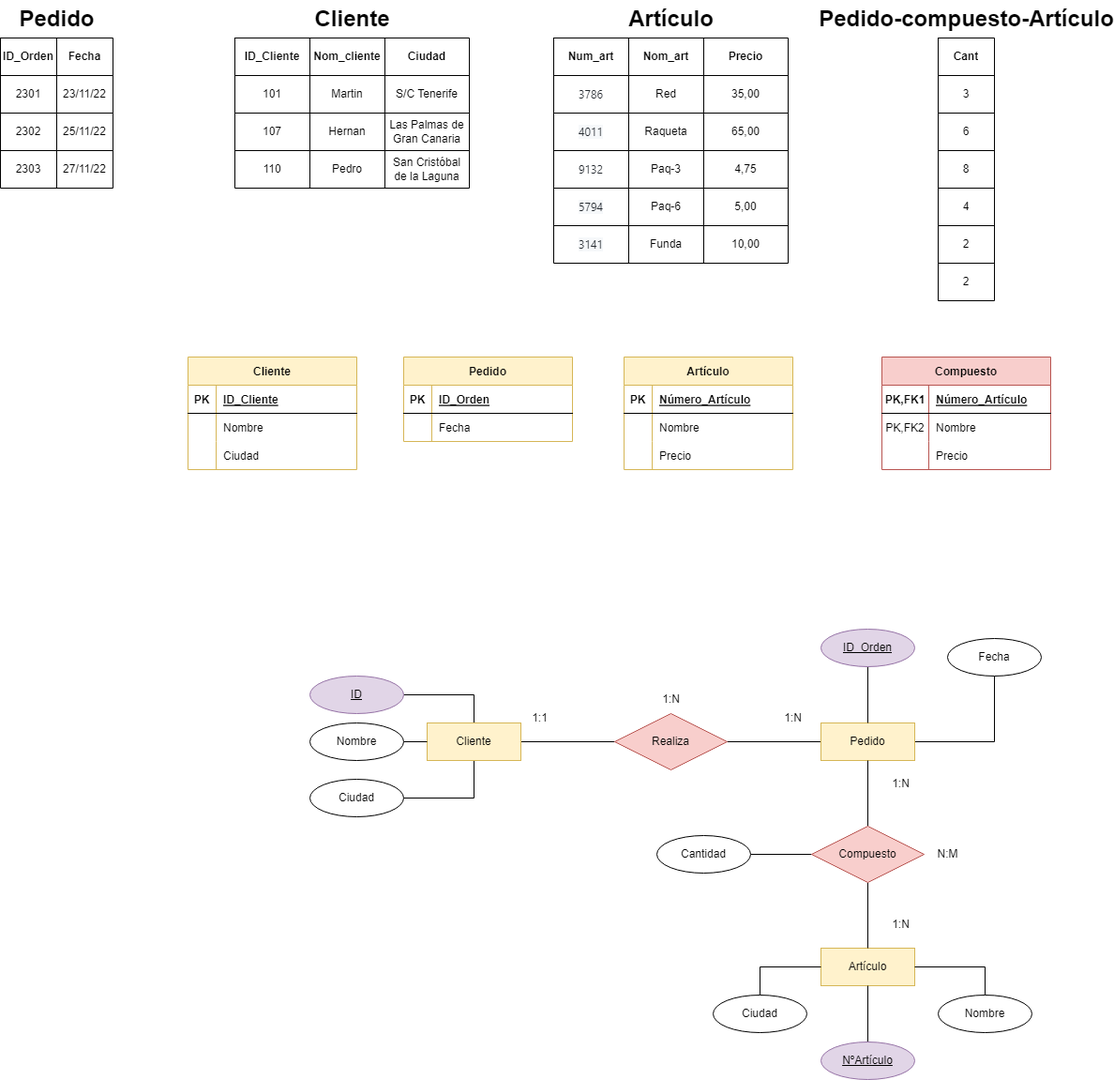
Above: TAREAS/Tarea16/IMG/Normalización5.drawio.png in samugd17/base-datos-bae- (draw.io), before the change. Source tidied: cells renumbered, new cells last; positions are measured from the earlier drawing's top-left corner, leaving out a move shared by most shapes.
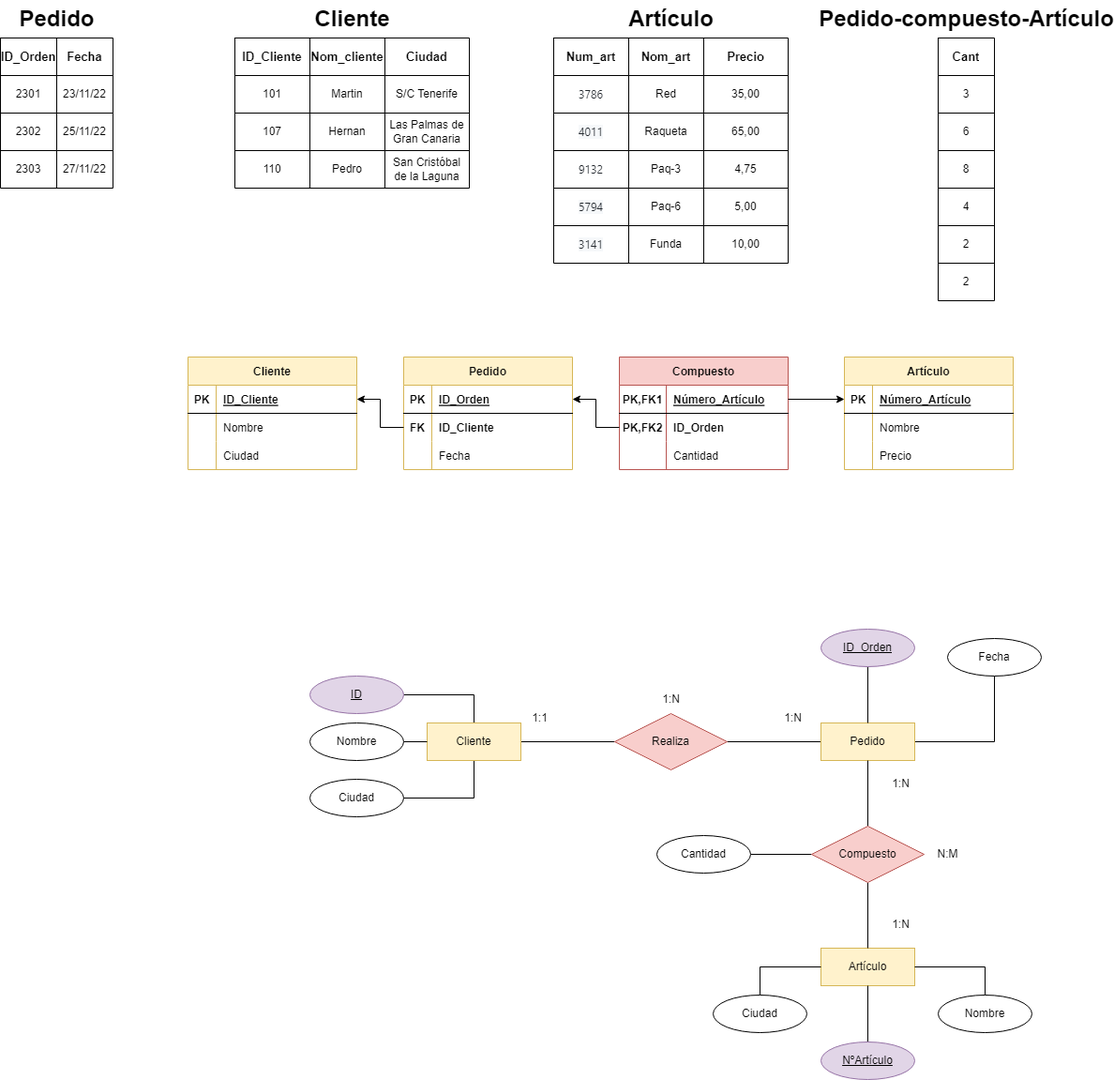
After the change.

The edit, as a diff of the source:
```diff
@@ -17,10 +17,10 @@
     <mxCell id="6" style="shape=tableRow;horizontal=0;startSize=0;swimlaneHead=0;swimlaneBody=0;top=0;left=0;bottom=0;right=0;fillColor=none;" parent="5" vertex="1">
       <mxGeometry width="120" height="40" as="geometry" />
     </mxCell>
-    <mxCell id="7" value="&lt;b&gt;ID_Orden&lt;/b&gt;" style="shape=partialRectangle;html=1;whiteSpace=wrap;fillColor=none;top=0;left=0;bottom=0;right=0;overflow=hidden;" parent="6" vertex="1">
+    <mxCell id="7" value="&lt;b&gt;&lt;font style=&quot;font-size: 13px;&quot;&gt;ID_Orden&lt;/font&gt;&lt;/b&gt;" style="shape=partialRectangle;html=1;whiteSpace=wrap;fillColor=none;top=0;left=0;bottom=0;right=0;overflow=hidden;" parent="6" vertex="1">
       <mxGeometry width="60" height="40" as="geometry" />
     </mxCell>
-    <mxCell id="8" value="&lt;b&gt;Fecha&lt;/b&gt;" style="shape=partialRectangle;html=1;whiteSpace=wrap;fillColor=none;top=0;left=0;bottom=0;right=0;overflow=hidden;" parent="6" vertex="1">
+    <mxCell id="8" value="&lt;b&gt;&lt;font style=&quot;font-size: 13px;&quot;&gt;Fecha&lt;/font&gt;&lt;/b&gt;" style="shape=partialRectangle;html=1;whiteSpace=wrap;fillColor=none;top=0;left=0;bottom=0;right=0;overflow=hidden;" parent="6" vertex="1">
       <mxGeometry x="60" width="60" height="40" as="geometry" />
     </mxCell>
     <mxCell id="9" style="shape=tableRow;horizontal=0;startSize=0;swimlaneHead=0;swimlaneBody=0;top=0;left=0;bottom=0;right=0;fillColor=none;" parent="5" vertex="1">
@@ -56,13 +56,13 @@
     <mxCell id="19" style="shape=tableRow;horizontal=0;startSize=0;swimlaneHead=0;swimlaneBody=0;top=0;left=0;bottom=0;right=0;fillColor=none;" parent="18" vertex="1">
       <mxGeometry width="250" height="40" as="geometry" />
     </mxCell>
-    <mxCell id="20" value="&lt;b&gt;ID_Cliente&lt;/b&gt;" style="shape=partialRectangle;html=1;whiteSpace=wrap;fillColor=none;top=0;left=0;bottom=0;right=0;overflow=hidden;" parent="19" vertex="1">
+    <mxCell id="20" value="&lt;b&gt;&lt;font style=&quot;font-size: 13px;&quot;&gt;ID_Cliente&lt;/font&gt;&lt;/b&gt;" style="shape=partialRectangle;html=1;whiteSpace=wrap;fillColor=none;top=0;left=0;bottom=0;right=0;overflow=hidden;" parent="19" vertex="1">
       <mxGeometry width="80" height="40" as="geometry" />
     </mxCell>
-    <mxCell id="21" value="&lt;b&gt;Nom_cliente&lt;/b&gt;" style="shape=partialRectangle;html=1;whiteSpace=wrap;fillColor=none;top=0;left=0;bottom=0;right=0;overflow=hidden;" parent="19" vertex="1">
+    <mxCell id="21" value="&lt;b&gt;&lt;font style=&quot;font-size: 13px;&quot;&gt;Nom_cliente&lt;/font&gt;&lt;/b&gt;" style="shape=partialRectangle;html=1;whiteSpace=wrap;fillColor=none;top=0;left=0;bottom=0;right=0;overflow=hidden;" parent="19" vertex="1">
       <mxGeometry x="80" width="80" height="40" as="geometry" />
     </mxCell>
-    <mxCell id="22" value="&lt;b&gt;Ciudad&lt;/b&gt;" style="shape=partialRectangle;html=1;whiteSpace=wrap;fillColor=none;top=0;left=0;bottom=0;right=0;overflow=hidden;" parent="19" vertex="1">
+    <mxCell id="22" value="&lt;b&gt;&lt;font style=&quot;font-size: 13px;&quot;&gt;Ciudad&lt;/font&gt;&lt;/b&gt;" style="shape=partialRectangle;html=1;whiteSpace=wrap;fillColor=none;top=0;left=0;bottom=0;right=0;overflow=hidden;" parent="19" vertex="1">
       <mxGeometry x="160" width="90" height="40" as="geometry" />
     </mxCell>
     <mxCell id="23" style="shape=tableRow;horizontal=0;startSize=0;swimlaneHead=0;swimlaneBody=0;top=0;left=0;bottom=0;right=0;fillColor=none;" parent="18" vertex="1">
@@ -107,13 +107,13 @@
     <mxCell id="36" style="shape=tableRow;horizontal=0;startSize=0;swimlaneHead=0;swimlaneBody=0;top=0;left=0;bottom=0;right=0;fillColor=none;" parent="35" vertex="1">
       <mxGeometry width="250" height="40" as="geometry" />
     </mxCell>
-    <mxCell id="37" value="&lt;b&gt;Num_art&lt;/b&gt;" style="shape=partialRectangle;html=1;whiteSpace=wrap;fillColor=none;top=0;left=0;bottom=0;right=0;overflow=hidden;" parent="36" vertex="1">
+    <mxCell id="37" value="&lt;b&gt;&lt;font style=&quot;font-size: 13px;&quot;&gt;Num_art&lt;/font&gt;&lt;/b&gt;" style="shape=partialRectangle;html=1;whiteSpace=wrap;fillColor=none;top=0;left=0;bottom=0;right=0;overflow=hidden;" parent="36" vertex="1">
       <mxGeometry width="80" height="40" as="geometry" />
     </mxCell>
-    <mxCell id="38" value="&lt;b&gt;Nom_art&lt;/b&gt;" style="shape=partialRectangle;html=1;whiteSpace=wrap;fillColor=none;top=0;left=0;bottom=0;right=0;overflow=hidden;" parent="36" vertex="1">
+    <mxCell id="38" value="&lt;b&gt;&lt;font style=&quot;font-size: 13px;&quot;&gt;Nom_art&lt;/font&gt;&lt;/b&gt;" style="shape=partialRectangle;html=1;whiteSpace=wrap;fillColor=none;top=0;left=0;bottom=0;right=0;overflow=hidden;" parent="36" vertex="1">
       <mxGeometry x="80" width="80" height="40" as="geometry" />
     </mxCell>
-    <mxCell id="39" value="&lt;b&gt;Precio&lt;/b&gt;" style="shape=partialRectangle;html=1;whiteSpace=wrap;fillColor=none;top=0;left=0;bottom=0;right=0;overflow=hidden;" parent="36" vertex="1">
+    <mxCell id="39" value="&lt;b&gt;&lt;font style=&quot;font-size: 13px;&quot;&gt;Precio&lt;/font&gt;&lt;/b&gt;" style="shape=partialRectangle;html=1;whiteSpace=wrap;fillColor=none;top=0;left=0;bottom=0;right=0;overflow=hidden;" parent="36" vertex="1">
       <mxGeometry x="160" width="90" height="40" as="geometry" />
     </mxCell>
     <mxCell id="40" style="shape=tableRow;horizontal=0;startSize=0;swimlaneHead=0;swimlaneBody=0;top=0;left=0;bottom=0;right=0;fillColor=none;" parent="35" vertex="1">
@@ -215,7 +215,7 @@
     <mxCell id="72" style="shape=tableRow;horizontal=0;startSize=0;swimlaneHead=0;swimlaneBody=0;top=0;left=0;bottom=0;right=0;fillColor=none;" parent="71" vertex="1">
       <mxGeometry width="60" height="40" as="geometry" />
     </mxCell>
-    <mxCell id="73" value="&lt;b&gt;Cant&lt;/b&gt;" style="shape=partialRectangle;html=1;whiteSpace=wrap;fillColor=none;top=0;left=0;bottom=0;right=0;overflow=hidden;" parent="72" vertex="1">
+    <mxCell id="73" value="&lt;b&gt;&lt;font style=&quot;font-size: 13px;&quot;&gt;Cant&lt;/font&gt;&lt;/b&gt;" style="shape=partialRectangle;html=1;whiteSpace=wrap;fillColor=none;top=0;left=0;bottom=0;right=0;overflow=hidden;" parent="72" vertex="1">
       <mxGeometry width="60" height="40" as="geometry" />
     </mxCell>
     <mxCell id="74" style="shape=tableRow;horizontal=0;startSize=0;swimlaneHead=0;swimlaneBody=0;top=0;left=0;bottom=0;right=0;fillColor=none;" parent="71" vertex="1">
@@ -345,7 +345,7 @@
       <mxGeometry x="30" width="150" height="30" as="geometry" />
     </mxCell>
     <mxCell id="116" value="Pedido" style="shape=table;startSize=30;rowLines=0;fontStyle=1;align=center;fontSize=12;fillColor=#fff2cc;strokeColor=#d6b656;" parent="1" vertex="1">
-      <mxGeometry x="430" y="380" width="180" height="90" as="geometry" />
+      <mxGeometry x="430" y="380" width="180" height="120" as="geometry" />
     </mxCell>
     <mxCell id="117" style="shape=tableRow;horizontal=0;startSize=0;swimlaneHead=0;swimlaneBody=0;fillColor=none;points=[[0,0.5],[1,0.5]];portConstraint=eastwest;top=0;left=0;right=0;bottom=1;fontSize=12;" parent="116" vertex="1">
       <mxGeometry y="30" width="180" height="30" as="geometry" />
@@ -359,14 +359,23 @@
     <mxCell id="120" style="shape=tableRow;horizontal=0;startSize=0;swimlaneHead=0;swimlaneBody=0;fillColor=none;points=[[0,0.5],[1,0.5]];portConstraint=eastwest;top=0;left=0;right=0;bottom=0;fontSize=12;" parent="116" vertex="1">
       <mxGeometry y="60" width="180" height="30" as="geometry" />
     </mxCell>
-    <mxCell id="121" style="shape=partialRectangle;fillColor=none;top=0;left=0;bottom=0;right=0;overflow=hidden;fontSize=12;" parent="120" vertex="1">
+    <mxCell id="121" value="FK" style="shape=partialRectangle;fillColor=none;top=0;left=0;bottom=0;right=0;overflow=hidden;fontSize=12;fontStyle=1;" parent="120" vertex="1">
       <mxGeometry width="30" height="30" as="geometry" />
     </mxCell>
-    <mxCell id="122" value="Fecha" style="shape=partialRectangle;fillColor=none;top=0;left=0;bottom=0;right=0;align=left;spacingLeft=6;overflow=hidden;fontSize=12;" parent="120" vertex="1">
+    <mxCell id="122" value="ID_Cliente" style="shape=partialRectangle;fillColor=none;top=0;left=0;bottom=0;right=0;align=left;spacingLeft=6;overflow=hidden;fontSize=12;fontStyle=1;" parent="120" vertex="1">
       <mxGeometry x="30" width="150" height="30" as="geometry" />
     </mxCell>
+    <mxCell id="146" style="shape=tableRow;horizontal=0;startSize=0;swimlaneHead=0;swimlaneBody=0;fillColor=none;top=0;left=0;right=0;bottom=0;fontSize=12;" parent="116" vertex="1">
+      <mxGeometry y="90" width="180" height="30" as="geometry" />
+    </mxCell>
+    <mxCell id="147" style="shape=partialRectangle;fillColor=none;top=0;left=0;bottom=0;right=0;overflow=hidden;fontSize=12;" parent="146" vertex="1">
+      <mxGeometry width="30" height="30" as="geometry" />
+    </mxCell>
+    <mxCell id="148" value="Fecha" style="shape=partialRectangle;fillColor=none;top=0;left=0;bottom=0;right=0;align=left;spacingLeft=6;overflow=hidden;fontSize=12;" parent="146" vertex="1">
+      <mxGeometry x="30" width="150" height="30" as="geometry" />
+    </mxCell>
     <mxCell id="123" value="Artículo" style="shape=table;startSize=30;rowLines=0;fontStyle=1;align=center;fontSize=12;fillColor=#fff2cc;strokeColor=#d6b656;" parent="1" vertex="1">
-      <mxGeometry x="665" y="380" width="180" height="120" as="geometry" />
+      <mxGeometry x="900" y="380" width="180" height="120" as="geometry" />
     </mxCell>
     <mxCell id="124" style="shape=tableRow;horizontal=0;startSize=0;swimlaneHead=0;swimlaneBody=0;fillColor=none;points=[[0,0.5],[1,0.5]];portConstraint=eastwest;top=0;left=0;right=0;bottom=1;fontSize=12;" parent="123" vertex="1">
       <mxGeometry y="30" width="180" height="30" as="geometry" />
@@ -396,7 +405,7 @@
       <mxGeometry x="30" width="150" height="30" as="geometry" />
     </mxCell>
     <mxCell id="133" value="Compuesto" style="shape=table;startSize=30;rowLines=0;fontStyle=1;align=center;fontSize=12;fillColor=#f8cecc;strokeColor=#b85450;" parent="1" vertex="1">
-      <mxGeometry x="940" y="380" width="180" height="120" as="geometry" />
+      <mxGeometry x="660" y="380" width="180" height="120" as="geometry" />
     </mxCell>
     <mxCell id="134" style="shape=tableRow;horizontal=0;startSize=0;swimlaneHead=0;swimlaneBody=0;fillColor=none;points=[[0,0.5],[1,0.5]];portConstraint=eastwest;top=0;left=0;right=0;bottom=1;fontSize=12;" parent="133" vertex="1">
       <mxGeometry y="30" width="180" height="30" as="geometry" />
@@ -410,10 +419,10 @@
     <mxCell id="137" style="shape=tableRow;horizontal=0;startSize=0;swimlaneHead=0;swimlaneBody=0;fillColor=none;points=[[0,0.5],[1,0.5]];portConstraint=eastwest;top=0;left=0;right=0;bottom=0;fontSize=12;" parent="133" vertex="1">
       <mxGeometry y="60" width="180" height="30" as="geometry" />
     </mxCell>
-    <mxCell id="138" value="PK,FK2" style="shape=partialRectangle;fillColor=none;top=0;left=0;bottom=0;right=0;overflow=hidden;fontSize=12;" parent="137" vertex="1">
+    <mxCell id="138" value="PK,FK2" style="shape=partialRectangle;fillColor=none;top=0;left=0;bottom=0;right=0;overflow=hidden;fontSize=12;fontStyle=1;" parent="137" vertex="1">
       <mxGeometry width="50" height="30" as="geometry" />
     </mxCell>
-    <mxCell id="139" value="Nombre" style="shape=partialRectangle;fillColor=none;top=0;left=0;bottom=0;right=0;align=left;spacingLeft=6;overflow=hidden;fontSize=12;" parent="137" vertex="1">
+    <mxCell id="139" value="ID_Orden" style="shape=partialRectangle;fillColor=none;top=0;left=0;bottom=0;right=0;align=left;spacingLeft=6;overflow=hidden;fontSize=12;fontStyle=1;" parent="137" vertex="1">
       <mxGeometry x="50" width="130" height="30" as="geometry" />
     </mxCell>
     <mxCell id="140" style="shape=tableRow;horizontal=0;startSize=0;swimlaneHead=0;swimlaneBody=0;fillColor=none;top=0;left=0;right=0;bottom=0;fontSize=12;" parent="133" vertex="1">
@@ -422,7 +431,7 @@
     <mxCell id="141" style="shape=partialRectangle;fillColor=none;top=0;left=0;bottom=0;right=0;overflow=hidden;fontSize=12;" parent="140" vertex="1">
       <mxGeometry width="50" height="30" as="geometry" />
     </mxCell>
-    <mxCell id="142" value="Precio" style="shape=partialRectangle;fillColor=none;top=0;left=0;bottom=0;right=0;align=left;spacingLeft=6;overflow=hidden;fontSize=12;" parent="140" vertex="1">
+    <mxCell id="142" value="Cantidad" style="shape=partialRectangle;fillColor=none;top=0;left=0;bottom=0;right=0;align=left;spacingLeft=6;overflow=hidden;fontSize=12;" parent="140" vertex="1">
       <mxGeometry x="50" width="130" height="30" as="geometry" />
     </mxCell>
     <mxCell id="143" style="edgeStyle=orthogonalEdgeStyle;rounded=0;jettySize=auto;html=1;entryX=0.5;entryY=0;entryDx=0;entryDy=0;fontSize=12;endArrow=none;endFill=0;" parent="1" edge="1" source="144" target="68">
@@ -434,5 +443,14 @@
     <mxCell id="145" value="Fecha" style="ellipse;whiteSpace=wrap;html=1;align=center;fontSize=12;" parent="1" vertex="1">
       <mxGeometry x="1010" y="680" width="100" height="40" as="geometry" />
     </mxCell>
+    <mxCell id="149" style="edgeStyle=orthogonalEdgeStyle;rounded=0;jettySize=auto;html=1;entryX=1;entryY=0.5;entryDx=0;entryDy=0;fontSize=12;endArrow=classic;endFill=1;startArrow=none;startFill=0;" parent="1" edge="1" source="120" target="107">
+      <mxGeometry relative="1" as="geometry" />
+    </mxCell>
+    <mxCell id="150" style="edgeStyle=orthogonalEdgeStyle;rounded=0;jettySize=auto;html=1;entryX=0;entryY=0.5;entryDx=0;entryDy=0;fontSize=12;startArrow=none;startFill=0;endArrow=classic;endFill=1;" parent="1" edge="1" source="134" target="124">
+      <mxGeometry relative="1" as="geometry" />
+    </mxCell>
+    <mxCell id="151" style="edgeStyle=orthogonalEdgeStyle;rounded=0;jettySize=auto;html=1;entryX=1;entryY=0.5;entryDx=0;entryDy=0;fontSize=12;startArrow=none;startFill=0;endArrow=classic;endFill=1;" parent="1" edge="1" source="137" target="117">
+      <mxGeometry relative="1" as="geometry" />
+    </mxCell>
   </root>
 </mxGraphModel>
```
